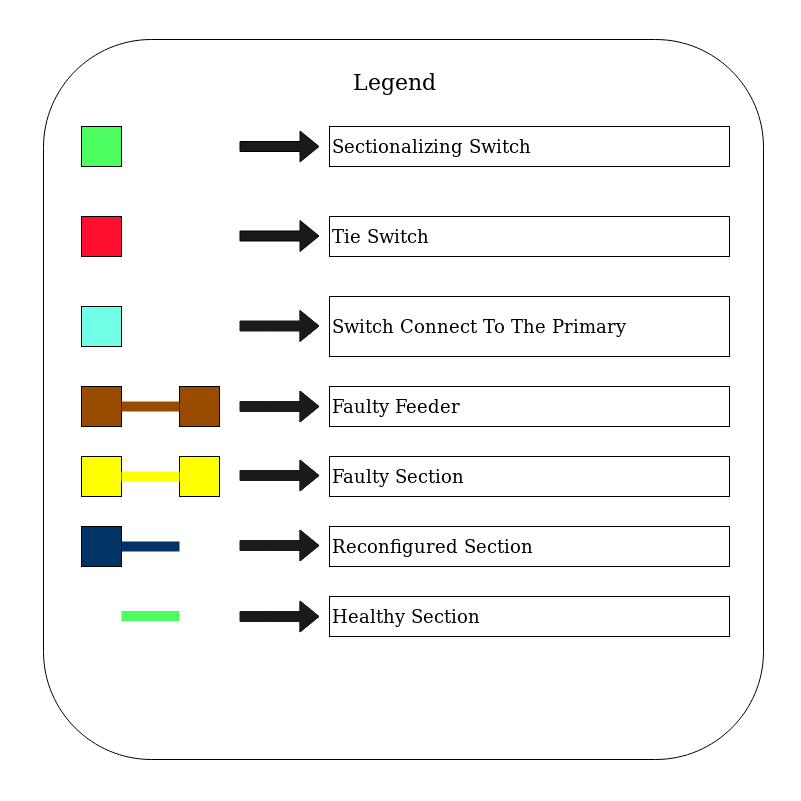
Above: src/assets/img/Details2.png in budget-apps/Leco-Electric-Power-Management-2 (draw.io), before the change. Source tidied: cells renumbered, new cells last; positions are measured from the earlier drawing's top-left corner, leaving out a move shared by most shapes.
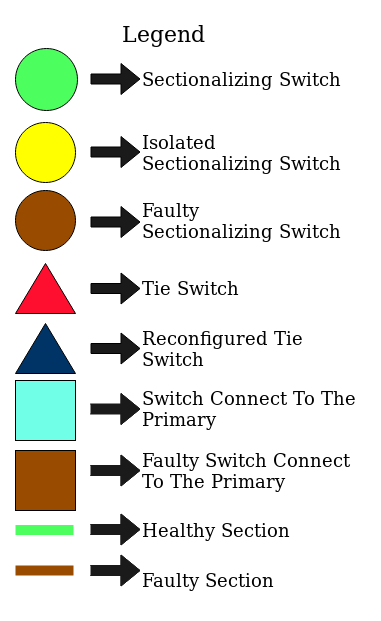
The same diagram one commit later.

Change to the diagram source:
```diff
@@ -2,137 +2,137 @@
   <root>
     <mxCell id="0" />
     <mxCell id="1" parent="0" />
-    <mxCell id="2" style="whiteSpace=wrap;html=1;fillColor=#4DFF5E;" parent="1" vertex="1">
-      <mxGeometry x="81" y="126" width="40" height="40" as="geometry" />
-    </mxCell>
-    <mxCell id="3" style="whiteSpace=wrap;html=1;fillColor=#FF0F2F;" parent="1" vertex="1">
-      <mxGeometry x="81" y="216" width="40" height="40" as="geometry" />
-    </mxCell>
+    <mxCell id="31" style="rounded=0;whiteSpace=wrap;html=1;fillColor=none;strokeColor=none;" parent="1" vertex="1">
+      <mxGeometry x="59" y="56" width="380" height="620" as="geometry" />
+    </mxCell>
     <mxCell id="4" style="whiteSpace=wrap;html=1;fillColor=#70FFE7;" parent="1" vertex="1">
-      <mxGeometry x="81" y="306" width="40" height="40" as="geometry" />
+      <mxGeometry x="74" y="436" width="60" height="60" as="geometry" />
     </mxCell>
-    <mxCell id="5" value="&lt;font style=&quot;font-size: 18px&quot;&gt;Sectionalizing&amp;nbsp;Switch&lt;/font&gt;" style="text;html=1;align=left;verticalAlign=middle;whiteSpace=wrap;rounded=0;strokeWidth=1;strokeColor=#000000;fillColor=none;fontSize=18;" parent="1" vertex="1">
-      <mxGeometry x="329" y="126" width="400" height="40" as="geometry" />
+    <mxCell id="5" value="&lt;font style=&quot;font-size: 18px&quot;&gt;Sectionalizing&amp;nbsp;Switch&lt;/font&gt;" style="text;html=1;align=left;verticalAlign=middle;whiteSpace=wrap;rounded=0;strokeWidth=1;strokeColor=none;fillColor=none;fontSize=18;" parent="1" vertex="1">
+      <mxGeometry x="199" y="115" width="230" height="40" as="geometry" />
     </mxCell>
-    <mxCell id="6" value="&lt;font style=&quot;font-size: 18px&quot;&gt;Tie Switch&lt;/font&gt;" style="text;html=1;align=left;verticalAlign=middle;whiteSpace=wrap;rounded=0;strokeWidth=1;strokeColor=#000000;fillColor=none;fontSize=18;" parent="1" vertex="1">
-      <mxGeometry x="329" y="216" width="400" height="40" as="geometry" />
+    <mxCell id="6" value="&lt;font style=&quot;font-size: 18px&quot;&gt;Tie Switch&lt;/font&gt;" style="text;html=1;align=left;verticalAlign=middle;whiteSpace=wrap;rounded=0;strokeWidth=1;strokeColor=none;fillColor=none;fontSize=18;" parent="1" vertex="1">
+      <mxGeometry x="199" y="324" width="230" height="40" as="geometry" />
     </mxCell>
-    <mxCell id="7" value="&lt;font style=&quot;font-size: 18px&quot;&gt;Switch Connect To The Primary&lt;/font&gt;" style="text;html=1;align=left;verticalAlign=middle;whiteSpace=wrap;rounded=0;strokeWidth=1;strokeColor=#000000;fillColor=none;fontSize=18;" parent="1" vertex="1">
-      <mxGeometry x="329" y="296" width="400" height="60" as="geometry" />
+    <mxCell id="7" value="&lt;font style=&quot;font-size: 18px&quot;&gt;Switch Connect To The Primary&lt;/font&gt;" style="text;html=1;align=left;verticalAlign=middle;whiteSpace=wrap;rounded=0;strokeWidth=1;strokeColor=none;fillColor=none;fontSize=18;" parent="1" vertex="1">
+      <mxGeometry x="199" y="434" width="230" height="60" as="geometry" />
     </mxCell>
     <mxCell id="8" style="shape=flexArrow;endArrow=classic;html=1;fillColor=#1A1A1A;" parent="1" edge="1">
       <mxGeometry relative="1" as="geometry">
-        <mxPoint x="239" y="235.5" as="sourcePoint" />
-        <mxPoint x="319" y="235.5" as="targetPoint" />
+        <mxPoint x="149" y="344" as="sourcePoint" />
+        <mxPoint x="199" y="344" as="targetPoint" />
       </mxGeometry>
     </mxCell>
-    <mxCell id="9" style="shape=flexArrow;endArrow=classic;html=1;strokeColor=#1A1A1A;fillColor=#1A1A1A;" parent="1" edge="1">
-      <mxGeometry relative="1" as="geometry">
-        <mxPoint x="239" y="325.5" as="sourcePoint" />
-        <mxPoint x="319" y="325.5" as="targetPoint" />
-        <Array as="points">
-          <mxPoint x="269" y="325.5" />
-        </Array>
-      </mxGeometry>
-    </mxCell>
-    <mxCell id="10" style="whiteSpace=wrap;html=1;fillColor=#994C00;" parent="1" vertex="1">
-      <mxGeometry x="81" y="386" width="40" height="40" as="geometry" />
-    </mxCell>
-    <mxCell id="11" style="whiteSpace=wrap;html=1;fillColor=#994C00;" parent="1" vertex="1">
-      <mxGeometry x="179" y="386" width="40" height="40" as="geometry" />
-    </mxCell>
-    <mxCell id="12" value="Faulty Feeder" style="text;html=1;align=left;verticalAlign=middle;whiteSpace=wrap;rounded=0;strokeWidth=1;strokeColor=#000000;fillColor=none;fontSize=18;" parent="1" vertex="1">
-      <mxGeometry x="329" y="386" width="400" height="40" as="geometry" />
+    <mxCell id="12" value="&lt;font style=&quot;font-size: 18px&quot;&gt;Faulty Switch Connect To The Primary&lt;/font&gt;" style="text;html=1;align=left;verticalAlign=middle;whiteSpace=wrap;rounded=0;strokeWidth=1;strokeColor=none;fillColor=none;fontSize=18;" parent="1" vertex="1">
+      <mxGeometry x="199" y="506" width="230" height="40" as="geometry" />
     </mxCell>
     <mxCell id="13" style="shape=flexArrow;endArrow=classic;html=1;strokeColor=#1A1A1A;fillColor=#1A1A1A;" parent="1" edge="1">
       <mxGeometry relative="1" as="geometry">
-        <mxPoint x="239" y="406" as="sourcePoint" />
-        <mxPoint x="319" y="406" as="targetPoint" />
+        <mxPoint x="149" y="464.5" as="sourcePoint" />
+        <mxPoint x="199" y="464.5" as="targetPoint" />
         <Array as="points">
-          <mxPoint x="269" y="406" />
+          <mxPoint x="149" y="464.5" />
         </Array>
       </mxGeometry>
     </mxCell>
     <mxCell id="14" style="shape=flexArrow;endArrow=classic;html=1;fillColor=#1A1A1A;" parent="1" edge="1">
       <mxGeometry relative="1" as="geometry">
-        <mxPoint x="239" y="146" as="sourcePoint" />
-        <mxPoint x="319" y="146" as="targetPoint" />
+        <mxPoint x="149" y="134.5" as="sourcePoint" />
+        <mxPoint x="199" y="134.5" as="targetPoint" />
       </mxGeometry>
     </mxCell>
-    <mxCell id="15" style="endArrow=none;html=1;strokeColor=#994C00;fillColor=#1A1A1A;strokeWidth=10;exitX=1;exitY=0.5;exitDx=0;exitDy=0;" parent="1" edge="1" source="10">
-      <mxGeometry relative="1" as="geometry">
-        <mxPoint x="179" y="406" as="targetPoint" />
-      </mxGeometry>
-    </mxCell>
+    <mxCell id="18" value="Healthy Section" style="text;html=1;align=left;verticalAlign=middle;whiteSpace=wrap;rounded=0;strokeWidth=1;strokeColor=none;fillColor=none;fontSize=18;" parent="1" vertex="1">
+      <mxGeometry x="199" y="566" width="230" height="40" as="geometry" />
+    </mxCell>
+    <mxCell id="24" style="endArrow=none;html=1;strokeColor=#4DFF5E;fillColor=#1A1A1A;strokeWidth=10;exitX=1;exitY=0.5;exitDx=0;exitDy=0;" parent="1" edge="1">
+      <mxGeometry relative="1" as="geometry">
+        <mxPoint x="74" y="585.5" as="sourcePoint" />
+        <mxPoint x="132" y="585.5" as="targetPoint" />
+      </mxGeometry>
+    </mxCell>
+    <mxCell id="29" value="&lt;font style=&quot;font-size: 22px&quot;&gt;Legend&lt;/font&gt;" style="text;html=1;strokeColor=none;fillColor=none;align=center;verticalAlign=middle;whiteSpace=wrap;rounded=0;" parent="1" vertex="1">
+      <mxGeometry x="134" y="74" width="175" height="30" as="geometry" />
+    </mxCell>
+    <mxCell id="32" style="ellipse;whiteSpace=wrap;html=1;fillColor=#4DFF5E;" parent="1" vertex="1">
+      <mxGeometry x="74" y="104" width="62" height="62" as="geometry" />
+    </mxCell>
+    <mxCell id="33" style="ellipse;whiteSpace=wrap;html=1;fillColor=#FFFF00;" parent="1" vertex="1">
+      <mxGeometry x="74" y="178" width="60" height="60" as="geometry" />
+    </mxCell>
+    <mxCell id="34" style="triangle;whiteSpace=wrap;html=1;fillColor=#FF0F2F;rotation=-90;" parent="1" vertex="1">
+      <mxGeometry x="79" y="314" width="50" height="60" as="geometry" />
+    </mxCell>
+    <mxCell id="35" style="ellipse;whiteSpace=wrap;html=1;fillColor=#994C00;" parent="1" vertex="1">
+      <mxGeometry x="74" y="246" width="60" height="60" as="geometry" />
+    </mxCell>
+    <mxCell id="36" style="triangle;whiteSpace=wrap;html=1;fillColor=#003366;rotation=-90;" parent="1" vertex="1">
+      <mxGeometry x="79" y="374" width="50" height="60" as="geometry" />
+    </mxCell>
+    <mxCell id="37" style="whiteSpace=wrap;html=1;fillColor=#994C00;" parent="1" vertex="1">
+      <mxGeometry x="74" y="506" width="60" height="60" as="geometry" />
+    </mxCell>
+    <mxCell id="38" style="shape=flexArrow;endArrow=classic;html=1;strokeColor=#1A1A1A;fillColor=#1A1A1A;" parent="1" edge="1">
+      <mxGeometry relative="1" as="geometry">
+        <mxPoint x="149" y="526" as="sourcePoint" />
+        <mxPoint x="199" y="526" as="targetPoint" />
+        <Array as="points">
+          <mxPoint x="149" y="526" />
+        </Array>
+      </mxGeometry>
+    </mxCell>
+    <mxCell id="39" style="endArrow=none;html=1;strokeColor=#994C00;fillColor=#1A1A1A;strokeWidth=10;exitX=1;exitY=0.5;exitDx=0;exitDy=0;" parent="1" edge="1">
+      <mxGeometry relative="1" as="geometry">
+        <mxPoint x="74" y="626" as="sourcePoint" />
+        <mxPoint x="132" y="626" as="targetPoint" />
+      </mxGeometry>
+    </mxCell>
-    <mxCell id="16" value="Faulty Section" style="text;html=1;align=left;verticalAlign=middle;whiteSpace=wrap;rounded=0;strokeWidth=1;strokeColor=#000000;fillColor=none;fontSize=18;" parent="1" vertex="1">
-      <mxGeometry x="329" y="456" width="400" height="40" as="geometry" />
+    <mxCell id="16" value="Faulty Section" style="text;html=1;align=left;verticalAlign=middle;whiteSpace=wrap;rounded=0;strokeWidth=1;strokeColor=none;fillColor=none;fontSize=18;" parent="1" vertex="1">
+      <mxGeometry x="199" y="616" width="230" height="40" as="geometry" />
     </mxCell>
-    <mxCell id="17" value="Reconfigured Section" style="text;html=1;align=left;verticalAlign=middle;whiteSpace=wrap;rounded=0;strokeWidth=1;strokeColor=#000000;fillColor=none;fontSize=18;" parent="1" vertex="1">
-      <mxGeometry x="329" y="526" width="400" height="40" as="geometry" />
-    </mxCell>
-    <mxCell id="18" value="Healthy Section" style="text;html=1;align=left;verticalAlign=middle;whiteSpace=wrap;rounded=0;strokeWidth=1;strokeColor=#000000;fillColor=none;fontSize=18;" parent="1" vertex="1">
-      <mxGeometry x="329" y="596" width="400" height="40" as="geometry" />
-    </mxCell>
-    <mxCell id="19" style="whiteSpace=wrap;html=1;fillColor=#FFFF00;strokeColor=#000000;" parent="1" vertex="1">
-      <mxGeometry x="81" y="456" width="40" height="40" as="geometry" />
-    </mxCell>
-    <mxCell id="20" style="whiteSpace=wrap;html=1;fillColor=#FFFF00;strokeColor=#000000;" parent="1" vertex="1">
-      <mxGeometry x="179" y="456" width="40" height="40" as="geometry" />
-    </mxCell>
-    <mxCell id="21" style="endArrow=none;html=1;strokeColor=#ffff00;fillColor=#1A1A1A;strokeWidth=10;exitX=1;exitY=0.5;exitDx=0;exitDy=0;" parent="1" edge="1" source="19">
-      <mxGeometry relative="1" as="geometry">
-        <mxPoint x="179" y="476" as="targetPoint" />
-      </mxGeometry>
-    </mxCell>
-    <mxCell id="22" style="whiteSpace=wrap;html=1;fillColor=#003366;" parent="1" vertex="1">
-      <mxGeometry x="81" y="526" width="40" height="40" as="geometry" />
-    </mxCell>
-    <mxCell id="23" style="endArrow=none;html=1;strokeColor=#003366;fillColor=#1A1A1A;strokeWidth=10;exitX=1;exitY=0.5;exitDx=0;exitDy=0;" parent="1" edge="1" source="22">
-      <mxGeometry relative="1" as="geometry">
-        <mxPoint x="179" y="546" as="targetPoint" />
-      </mxGeometry>
-    </mxCell>
-    <mxCell id="24" style="endArrow=none;html=1;strokeColor=#4DFF5E;fillColor=#1A1A1A;strokeWidth=10;exitX=1;exitY=0.5;exitDx=0;exitDy=0;" parent="1" edge="1">
-      <mxGeometry relative="1" as="geometry">
-        <mxPoint x="121" y="615.5" as="sourcePoint" />
-        <mxPoint x="179" y="615.5" as="targetPoint" />
-      </mxGeometry>
-    </mxCell>
-    <mxCell id="25" style="shape=flexArrow;endArrow=classic;html=1;strokeColor=#1A1A1A;fillColor=#1A1A1A;" parent="1" edge="1">
-      <mxGeometry relative="1" as="geometry">
-        <mxPoint x="239" y="475" as="sourcePoint" />
-        <mxPoint x="319" y="475" as="targetPoint" />
-        <Array as="points">
-          <mxPoint x="269" y="475" />
-        </Array>
-      </mxGeometry>
-    </mxCell>
-    <mxCell id="26" style="shape=flexArrow;endArrow=classic;html=1;strokeColor=#1A1A1A;fillColor=#1A1A1A;" parent="1" edge="1">
-      <mxGeometry relative="1" as="geometry">
-        <mxPoint x="239" y="545" as="sourcePoint" />
-        <mxPoint x="319" y="545" as="targetPoint" />
-        <Array as="points">
-          <mxPoint x="269" y="545" />
-        </Array>
-      </mxGeometry>
-    </mxCell>
-    <mxCell id="27" style="shape=flexArrow;endArrow=classic;html=1;strokeColor=#1A1A1A;fillColor=#1A1A1A;" parent="1" edge="1">
-      <mxGeometry relative="1" as="geometry">
-        <mxPoint x="239" y="616" as="sourcePoint" />
-        <mxPoint x="319" y="616" as="targetPoint" />
-        <Array as="points">
-          <mxPoint x="269" y="616" />
-        </Array>
-      </mxGeometry>
-    </mxCell>
-    <mxCell id="28" style="margin: 10;whiteSpace=wrap;html=1;strokeColor=#000000;strokeWidth=1;fillColor=none;fontSize=18;align=left;rounded=1;comic=0;glass=0;imageAspect=1;" parent="1" vertex="1">
-      <mxGeometry x="43" y="39" width="720" height="720" as="geometry" />
-    </mxCell>
-    <mxCell id="29" value="&lt;font style=&quot;font-size: 22px&quot;&gt;Legend&lt;/font&gt;" style="text;html=1;strokeColor=none;fillColor=none;align=center;verticalAlign=middle;whiteSpace=wrap;rounded=0;" parent="1" vertex="1">
-      <mxGeometry x="306" y="66" width="175" height="30" as="geometry" />
-    </mxCell>
-    <mxCell id="30" style="whiteSpace=wrap;html=1;rounded=0;glass=0;comic=0;strokeWidth=1;fillColor=none;strokeColor=#FFFFFF;" parent="1" vertex="1">
-      <mxGeometry width="800" height="800" as="geometry" />
-    </mxCell>
+    <mxCell id="40" value="&lt;font style=&quot;font-size: 18px&quot;&gt;Isolated Sectionalizing&amp;nbsp;Switch&lt;/font&gt;" style="text;html=1;align=left;verticalAlign=middle;whiteSpace=wrap;rounded=0;strokeWidth=1;strokeColor=none;fillColor=none;fontSize=18;" parent="1" vertex="1">
+      <mxGeometry x="199" y="188" width="230" height="40" as="geometry" />
+    </mxCell>
+    <mxCell id="41" style="shape=flexArrow;endArrow=classic;html=1;fillColor=#1A1A1A;" parent="1" edge="1">
+      <mxGeometry relative="1" as="geometry">
+        <mxPoint x="149" y="207.5" as="sourcePoint" />
+        <mxPoint x="199" y="207.5" as="targetPoint" />
+      </mxGeometry>
+    </mxCell>
+    <mxCell id="42" value="&lt;font style=&quot;font-size: 18px&quot;&gt;Faulty Sectionalizing&amp;nbsp;Switch&lt;/font&gt;" style="text;html=1;align=left;verticalAlign=middle;whiteSpace=wrap;rounded=0;strokeWidth=1;strokeColor=none;fillColor=none;fontSize=18;" parent="1" vertex="1">
+      <mxGeometry x="199" y="256" width="230" height="40" as="geometry" />
+    </mxCell>
+    <mxCell id="43" style="shape=flexArrow;endArrow=classic;html=1;fillColor=#1A1A1A;" parent="1" edge="1">
+      <mxGeometry relative="1" as="geometry">
+        <mxPoint x="149" y="277.5" as="sourcePoint" />
+        <mxPoint x="199" y="277.5" as="targetPoint" />
+      </mxGeometry>
+    </mxCell>
+    <mxCell id="44" value="&lt;font style=&quot;font-size: 18px&quot;&gt;Reconfigured Tie Switch&lt;/font&gt;" style="text;html=1;align=left;verticalAlign=middle;whiteSpace=wrap;rounded=0;strokeWidth=1;strokeColor=none;fillColor=none;fontSize=18;" parent="1" vertex="1">
+      <mxGeometry x="199" y="384" width="230" height="40" as="geometry" />
+    </mxCell>
+    <mxCell id="45" style="shape=flexArrow;endArrow=classic;html=1;fillColor=#1A1A1A;" parent="1" edge="1">
+      <mxGeometry relative="1" as="geometry">
+        <mxPoint x="149" y="404" as="sourcePoint" />
+        <mxPoint x="199" y="404" as="targetPoint" />
+      </mxGeometry>
+    </mxCell>
+    <mxCell id="46" style="shape=flexArrow;endArrow=classic;html=1;strokeColor=#1A1A1A;fillColor=#1A1A1A;" parent="1" edge="1">
+      <mxGeometry relative="1" as="geometry">
+        <mxPoint x="149" y="585" as="sourcePoint" />
+        <mxPoint x="199" y="585" as="targetPoint" />
+        <Array as="points">
+          <mxPoint x="149" y="585" />
+        </Array>
+      </mxGeometry>
+    </mxCell>
+    <mxCell id="47" style="shape=flexArrow;endArrow=classic;html=1;strokeColor=#1A1A1A;fillColor=#1A1A1A;" parent="1" edge="1">
+      <mxGeometry relative="1" as="geometry">
+        <mxPoint x="149" y="626" as="sourcePoint" />
+        <mxPoint x="199" y="626" as="targetPoint" />
+        <Array as="points">
+          <mxPoint x="149" y="626" />
+        </Array>
+      </mxGeometry>
+    </mxCell>
   </root>
 </mxGraphModel>
```
